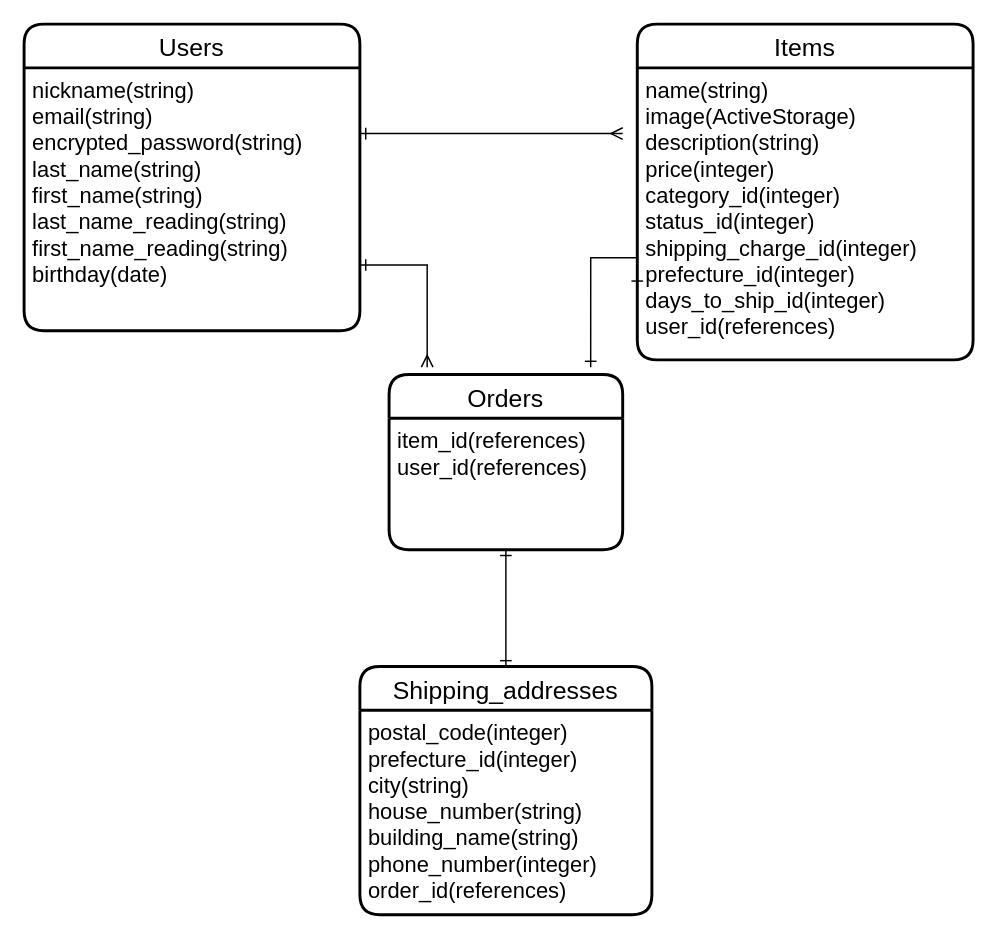
This is furima.dio from tomiyoshi0602/furima-34263, a draw.io file, before an edit. Source tidied: cells renumbered, new cells numbered last; positions are measured from the earlier drawing's top-left corner, leaving out a move shared by most shapes. Both pictures are drawn from the tidied source at 146%, with x=0, y=0 at pixel (23, 23).
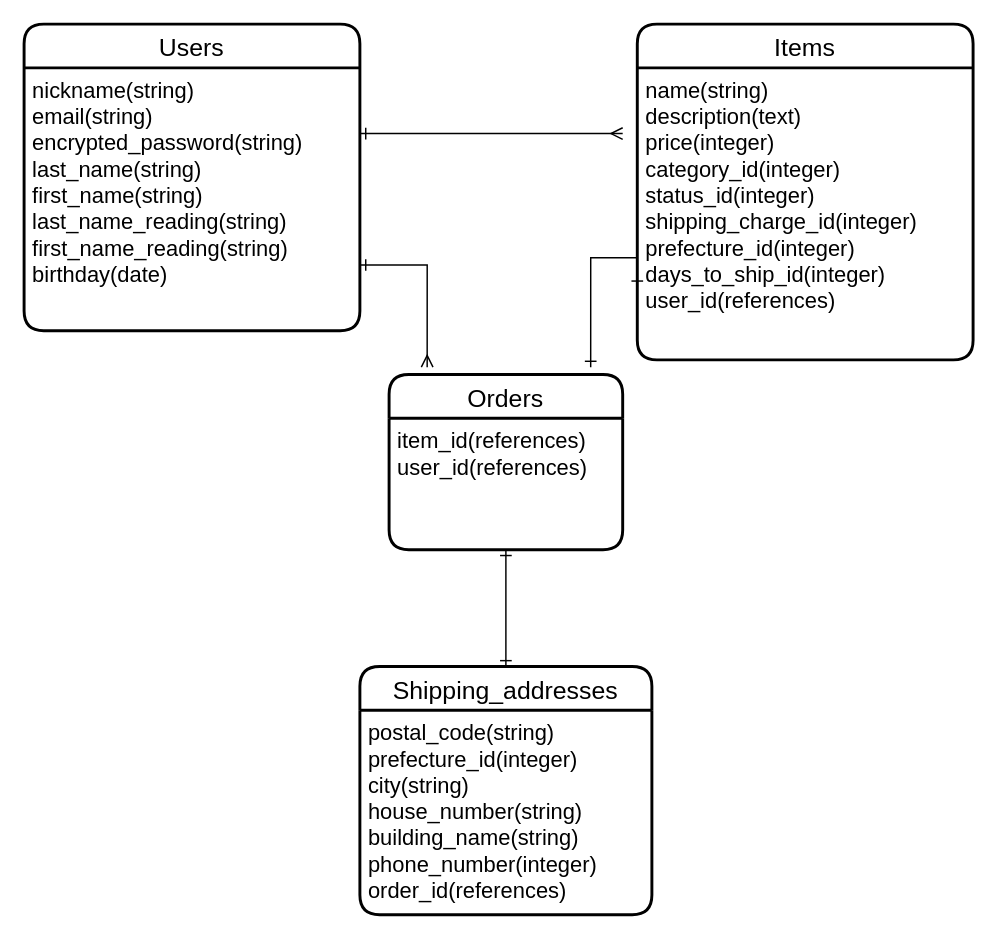
After the change.

What changed in the source:
```diff
@@
 <mxGraphModel>
   <root>
     <mxCell id="0" />
     <mxCell id="1" parent="0" />
     <mxCell id="2" value="Users" style="swimlane;horizontal=1;startSize=30;rounded=1;fontSize=17;fontStyle=0;strokeWidth=2;shadow=0;dashed=0;align=center;" parent="1" vertex="1">
       <mxGeometry width="230" height="210" as="geometry" />
     </mxCell>
     <mxCell id="3" value="nickname(string)&#10;email(string)&#10;encrypted_password(string)&#10;last_name(string)&#10;first_name(string)&#10;last_name_reading(string)&#10;first_name_reading(string)&#10;birthday(date)" style="align=left;strokeColor=none;fillColor=none;spacingLeft=4;fontSize=15;verticalAlign=top;" parent="2" vertex="1">
       <mxGeometry y="30" width="230" height="180" as="geometry" />
     </mxCell>
     <mxCell id="4" value="Items" style="swimlane;horizontal=1;startSize=30;rounded=1;fontSize=17;fontStyle=0;strokeWidth=2;shadow=0;dashed=0;align=center;" parent="1" vertex="1">
       <mxGeometry x="420" width="230" height="230" as="geometry" />
     </mxCell>
-    <mxCell id="5" value="name(string)&#10;image(ActiveStorage)&#10;description(string)&#10;price(integer)&#10;category_id(integer)&#10;status_id(integer)&#10;shipping_charge_id(integer)&#10;prefecture_id(integer)&#10;days_to_ship_id(integer)&#10;user_id(references)" style="align=left;strokeColor=none;fillColor=none;spacingLeft=4;fontSize=15;verticalAlign=top;" parent="4" vertex="1">
+    <mxCell id="5" value="name(string)&#10;description(text)&#10;price(integer)&#10;category_id(integer)&#10;status_id(integer)&#10;shipping_charge_id(integer)&#10;prefecture_id(integer)&#10;days_to_ship_id(integer)&#10;user_id(references)" style="align=left;strokeColor=none;fillColor=none;spacingLeft=4;fontSize=15;verticalAlign=top;" parent="4" vertex="1">
       <mxGeometry y="30" width="230" height="200" as="geometry" />
     </mxCell>
     <mxCell id="6" value="Orders" style="swimlane;horizontal=1;startSize=30;rounded=1;fontSize=17;fontStyle=0;strokeWidth=2;shadow=0;dashed=0;align=center;" parent="1" vertex="1">
       <mxGeometry x="250" y="240" width="160" height="120" as="geometry" />
     </mxCell>
     <mxCell id="7" value="item_id(references)&#10;user_id(references)" style="align=left;strokeColor=none;fillColor=none;spacingLeft=4;fontSize=15;verticalAlign=top;" parent="6" vertex="1">
       <mxGeometry y="30" width="160" height="90" as="geometry" />
     </mxCell>
     <mxCell id="8" value="Shipping_addresses" style="swimlane;horizontal=1;startSize=30;rounded=1;fontSize=17;fontStyle=0;strokeWidth=2;shadow=0;dashed=0;align=center;" parent="1" vertex="1">
       <mxGeometry x="230" y="440" width="200" height="170" as="geometry" />
     </mxCell>
-    <mxCell id="9" value="postal_code(integer)&#10;prefecture_id(integer)&#10;city(string)&#10;house_number(string)&#10;building_name(string)&#10;phone_number(integer)&#10;order_id(references)" style="align=left;strokeColor=none;fillColor=none;spacingLeft=4;fontSize=15;verticalAlign=top;" parent="8" vertex="1">
+    <mxCell id="9" value="postal_code(string)&#10;prefecture_id(integer)&#10;city(string)&#10;house_number(string)&#10;building_name(string)&#10;phone_number(integer)&#10;order_id(references)" style="align=left;strokeColor=none;fillColor=none;spacingLeft=4;fontSize=15;verticalAlign=top;" parent="8" vertex="1">
       <mxGeometry y="30" width="200" height="140" as="geometry" />
     </mxCell>
     <mxCell id="10" style="edgeStyle=orthogonalEdgeStyle;rounded=0;jettySize=auto;html=1;exitX=1;exitY=0.75;exitDx=0;exitDy=0;entryX=0.163;entryY=-0.042;entryDx=0;entryDy=0;entryPerimeter=0;startArrow=ERone;startFill=0;endArrow=ERmany;endFill=0;fontSize=15;" parent="1" edge="1" source="3" target="6">
       <mxGeometry relative="1" as="geometry" />
     </mxCell>
     <mxCell id="11" style="edgeStyle=orthogonalEdgeStyle;rounded=0;jettySize=auto;html=1;exitX=0;exitY=0.75;exitDx=0;exitDy=0;entryX=0.863;entryY=-0.042;entryDx=0;entryDy=0;entryPerimeter=0;startArrow=ERone;startFill=0;endArrow=ERone;endFill=0;fontSize=15;" parent="1" edge="1" source="5" target="6">
       <mxGeometry relative="1" as="geometry">
         <Array as="points">
           <mxPoint x="420" y="160" />
           <mxPoint x="388" y="160" />
         </Array>
       </mxGeometry>
     </mxCell>
     <mxCell id="12" style="edgeStyle=orthogonalEdgeStyle;rounded=0;jettySize=auto;html=1;exitX=1;exitY=0.25;exitDx=0;exitDy=0;startArrow=ERone;startFill=0;endArrow=ERmany;endFill=0;fontSize=15;" parent="1" edge="1" source="3">
       <mxGeometry relative="1" as="geometry">
         <mxPoint x="410" y="75" as="targetPoint" />
       </mxGeometry>
     </mxCell>
     <mxCell id="13" style="edgeStyle=orthogonalEdgeStyle;rounded=0;jettySize=auto;html=1;exitX=0.5;exitY=1;exitDx=0;exitDy=0;entryX=0.5;entryY=0;entryDx=0;entryDy=0;startArrow=ERone;startFill=0;endArrow=ERone;endFill=0;fontSize=15;" parent="1" edge="1" source="7" target="8">
       <mxGeometry relative="1" as="geometry" />
     </mxCell>
   </root>
 </mxGraphModel>
```
